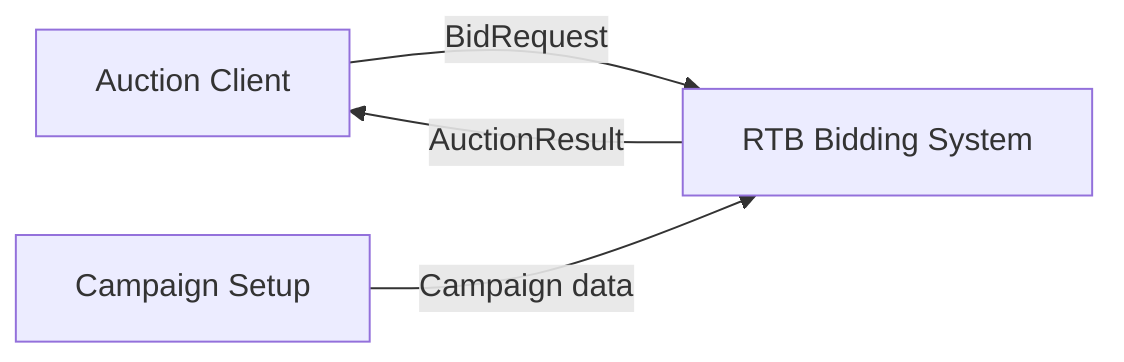
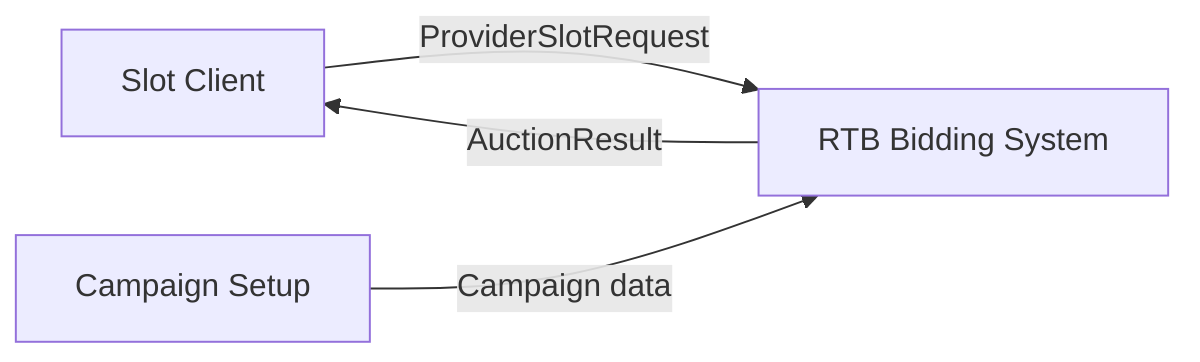
flowchart LR
-     publisher["Auction Client"]
+     publisher["Slot Client"]
    advertiser["Campaign Setup"]
    system["RTB Bidding System"]

-     publisher -->|"BidRequest"| system
+     publisher -->|"ProviderSlotRequest"| system
    system -->|"AuctionResult"| publisher

    advertiser -->|"Campaign data"| system
